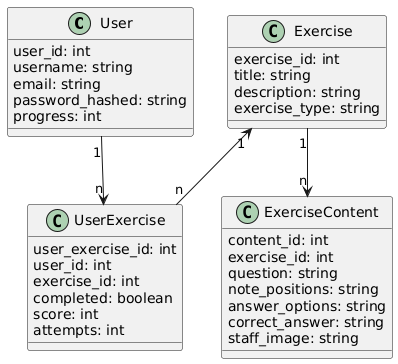
Earlier version of the PlantUML export Klassendiagramm-Übungen.png (SYP-AHIF-2024-25-26/SimTune).
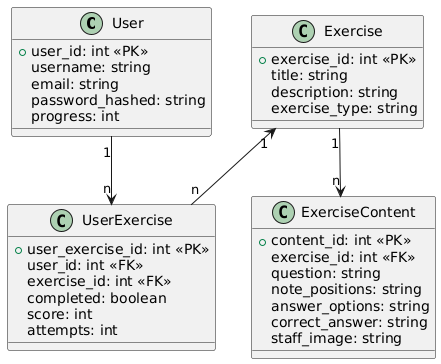
Later version of the same file.

Commit message:
Update Klassendiagramm-Übungen

What changed in the source:
```diff
@@ -1,6 +1,6 @@
 @startuml
 class User {
-    user_id: int
+    + user_id: int <<PK>>
     username: string
     email: string
     password_hashed: string
@@ -8,24 +8,24 @@
 }
 
 class UserExercise {
-    user_exercise_id: int
-    user_id: int
-    exercise_id: int
+    + user_exercise_id: int <<PK>>
+    user_id: int <<FK>>
+    exercise_id: int <<FK>>
     completed: boolean
     score: int
     attempts: int
 }
 
 class Exercise {
-    exercise_id: int
+    + exercise_id: int <<PK>>
     title: string
     description: string
     exercise_type: string
 }
 
 class ExerciseContent {
-    content_id: int
-    exercise_id: int
+    + content_id: int <<PK>>
+    exercise_id: int <<FK>>
     question: string
     note_positions: string
     answer_options: string
```
